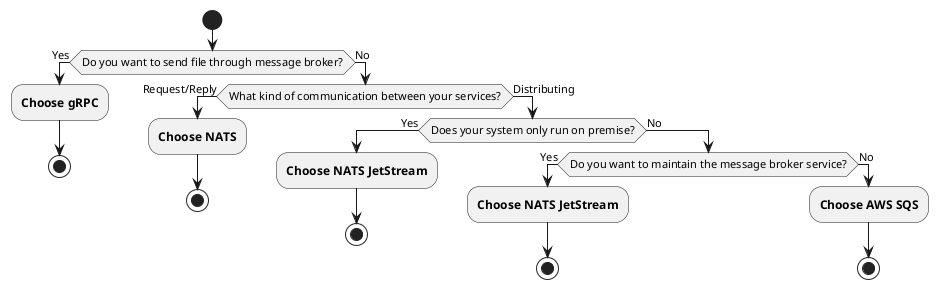
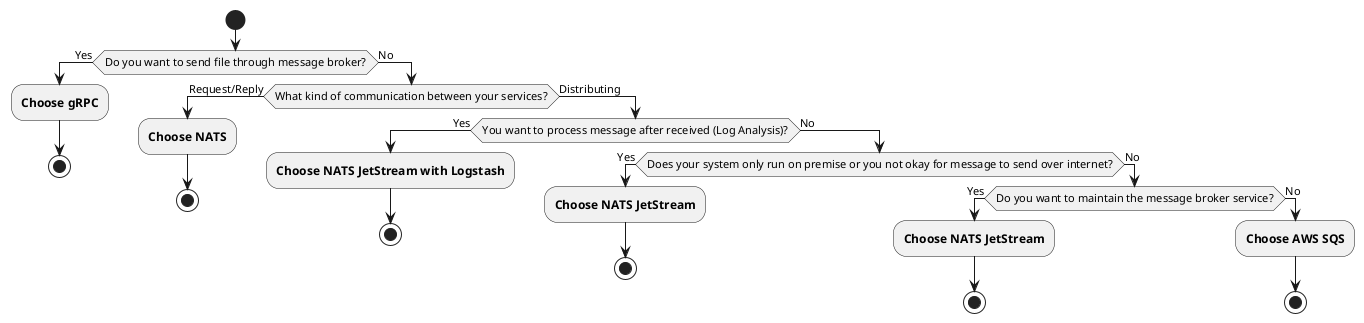
@startuml Broker Selection
start
if (Do you want to send file through message broker?) then (Yes)
    :**Choose gRPC**;
    stop
else (No)
    if (What kind of communication between your services?) then (Request/Reply)
			:**Choose NATS**;
			stop
    else (Distributing)
-         if(Does your system only run on premise?) then (Yes)
-             :**Choose NATS JetStream**;
+         if(You want to process message after received (Log Analysis)?) then (Yes)
+             :**Choose NATS JetStream with Logstash**;
            stop
        else (No)
-             if (Do you want to maintain the message broker service?) then (Yes)
+             if(Does your system only run on premise or you not okay for message to send over internet?) then (Yes)
                :**Choose NATS JetStream**;
                stop
            else (No)
-                 :**Choose AWS SQS**;
-                 stop
+                 if (Do you want to maintain the message broker service?) then (Yes)
+                     :**Choose NATS JetStream**;
+                     stop
+                 else (No)
+                     :**Choose AWS SQS**;
+                     stop
+             endif
        endif
    endif
endif
@enduml